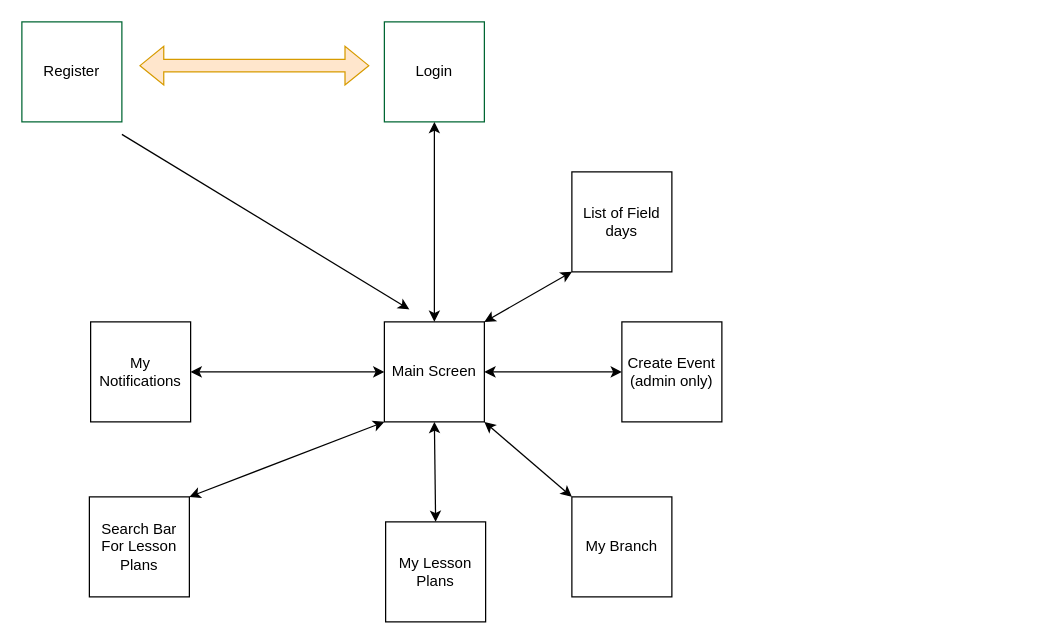
Above: System_Engineering/Untitled Diagram.drawio in zeproisme/ManigutMadayit (draw.io), before the change. Source tidied: cells renumbered, new cells numbered last; positions are measured from the earlier drawing's top-left corner, leaving out a move shared by most shapes. Both pictures are drawn from the tidied source at 125%, with x=0, y=0 at pixel (21, 21).
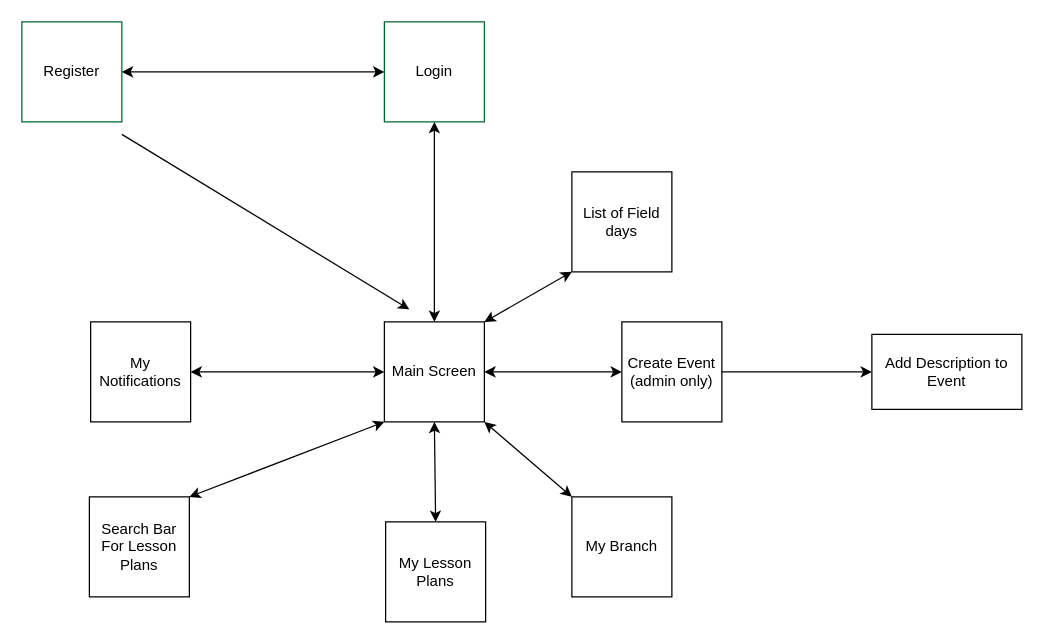
The same diagram, later.

Commit message:
Draw.io screens flow chart final

Unchanged cells that the change refers to:
```xml
<mxCell id="2" value="Login" style="whiteSpace=wrap;html=1;strokeColor=#006633;" parent="1" vertex="1">
  <mxGeometry x="290" width="80" height="80" as="geometry" />
</mxCell>
<mxCell id="4" value="Register" style="whiteSpace=wrap;html=1;strokeColor=#006633;" parent="1" vertex="1">
  <mxGeometry width="80" height="80" as="geometry" />
</mxCell>
<mxCell id="10" value="Create Event&lt;br&gt;(admin only)" style="whiteSpace=wrap;html=1;" parent="1" vertex="1">
  <mxGeometry x="480" y="240" width="80" height="80" as="geometry" />
</mxCell>
```

What changed in the source:
```diff
@@
-    <mxCell id="3" style="shape=flexArrow;endArrow=classic;startArrow=classic;html=1;rounded=0;fillColor=#ffe6cc;strokeColor=#d79b00;" parent="1" edge="1">
-      <mxGeometry relative="1" as="geometry">
-        <mxPoint x="94" y="35" as="sourcePoint" />
-        <mxPoint x="278" y="35" as="targetPoint" />
-      </mxGeometry>
-    </mxCell>
@@
+    <mxCell id="20" style="edgeStyle=orthogonalEdgeStyle;rounded=0;jettySize=auto;html=1;exitX=1;exitY=0.5;exitDx=0;exitDy=0;" parent="1" edge="1" source="10">
+      <mxGeometry relative="1" as="geometry">
+        <mxPoint x="680" y="280" as="targetPoint" />
+      </mxGeometry>
+    </mxCell>
@@
+    <mxCell id="21" style="endArrow=classic;startArrow=classic;html=1;rounded=0;exitX=1;exitY=0.5;exitDx=0;exitDy=0;entryX=0;entryY=0.5;entryDx=0;entryDy=0;" parent="1" edge="1" source="4" target="2">
+      <mxGeometry relative="1" as="geometry" />
+    </mxCell>
+    <mxCell id="22" value="Add Description to Event" style="rounded=0;whiteSpace=wrap;html=1;" parent="1" vertex="1">
+      <mxGeometry x="680" y="250" width="120" height="60" as="geometry" />
+    </mxCell>
```
